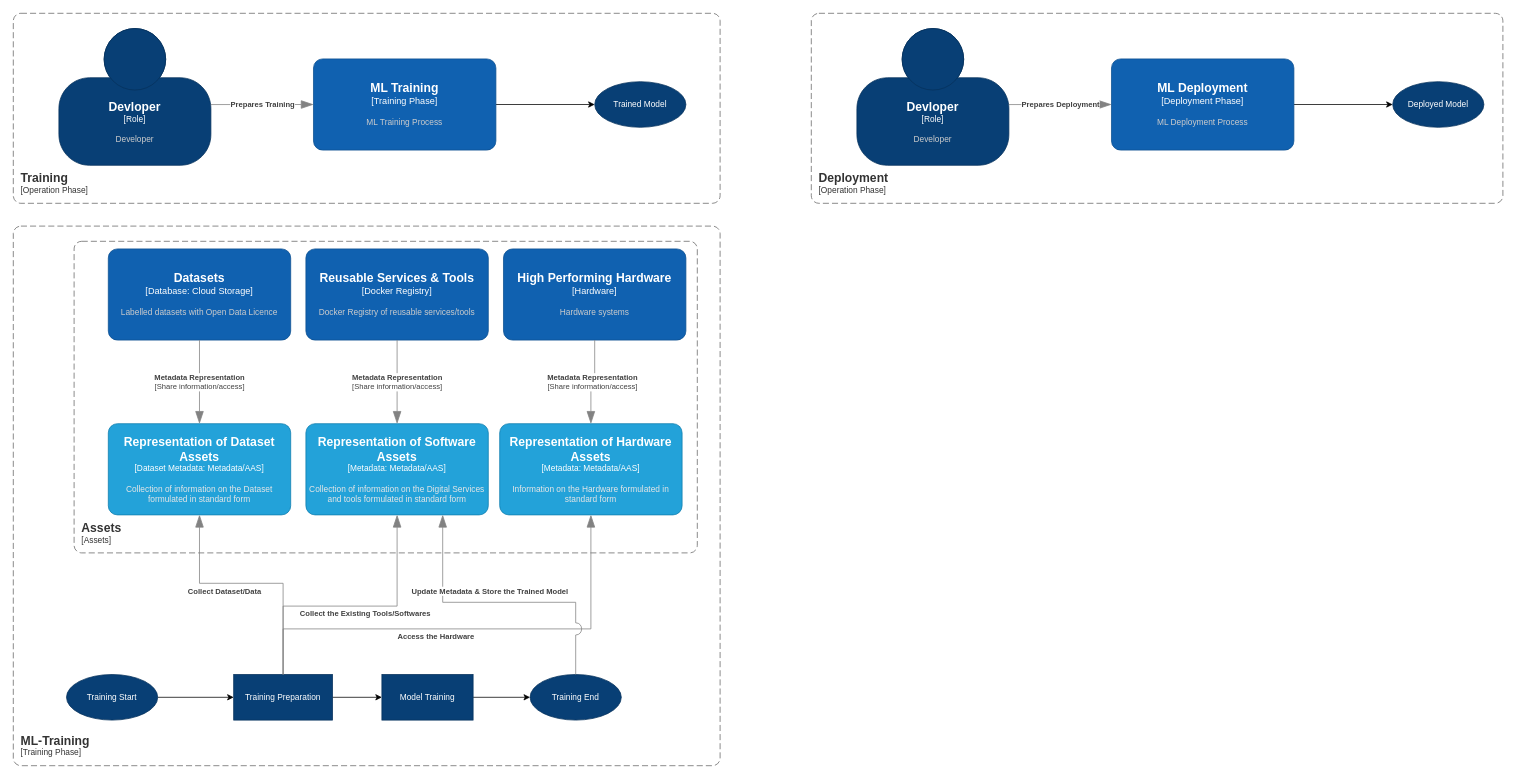
Before: ML Workflow.drawio in jbantony/drawio, a draw.io diagram. Source tidied: cells renumbered, new cells numbered last; positions are measured from the earlier drawing's top-left corner, leaving out a move shared by most shapes. Both pictures are drawn from the tidied source at 76%, with x=0, y=0 at pixel (13, 13).
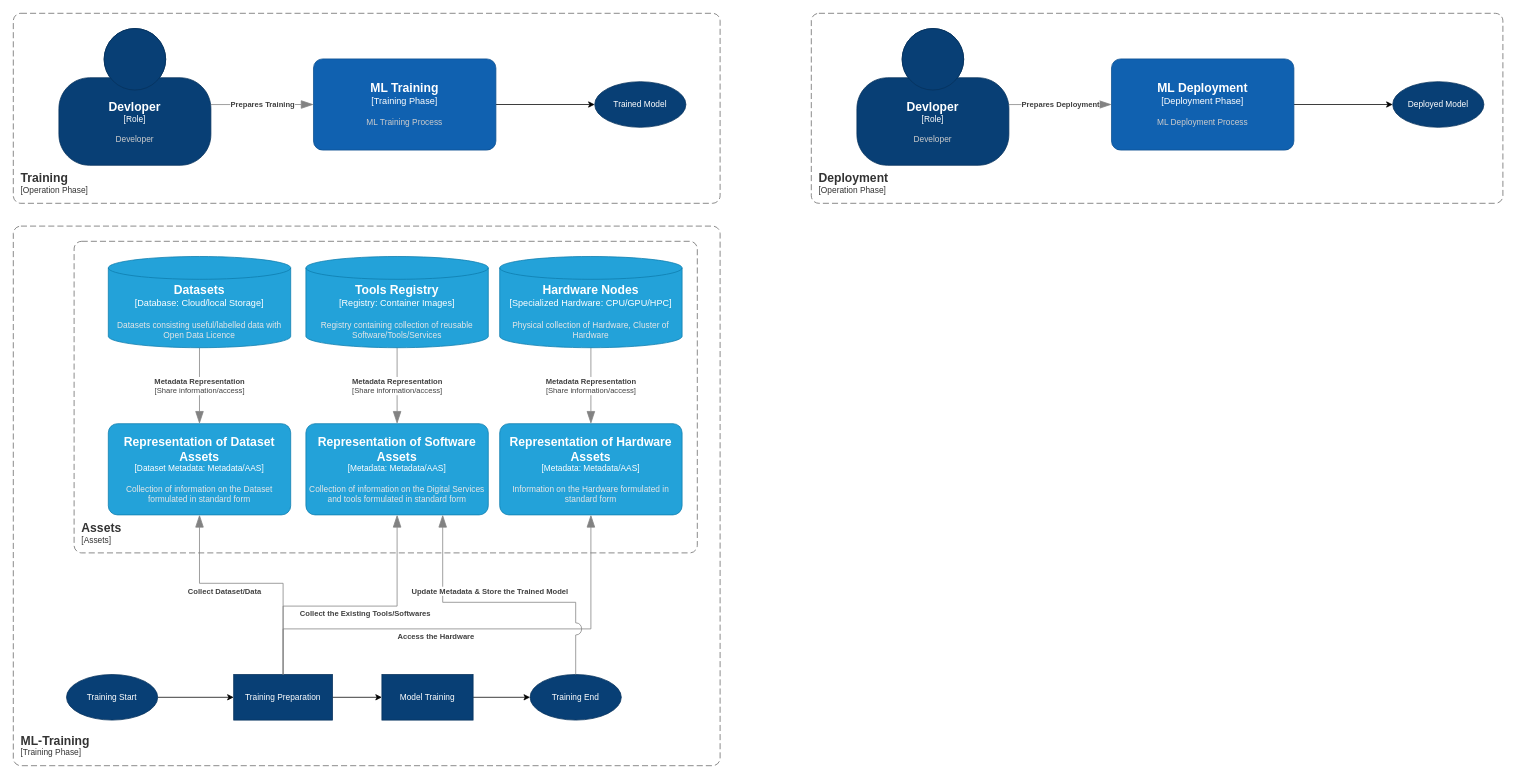
The same page after the edit.

Unchanged cells that the change refers to:
```xml
<object id="6" label="&lt;font style=&quot;font-size: 16px&quot;&gt;&lt;b&gt;%c4Name%&lt;/b&gt;&lt;/font&gt;&lt;div&gt;[%c4Type%: %c4Technology%]&lt;/div&gt;&lt;br&gt;&lt;div&gt;&lt;font style=&quot;font-size: 11px&quot;&gt;&lt;font color=&quot;#E6E6E6&quot;&gt;%c4Description%&lt;/font&gt;&lt;/div&gt;" c4Description="Collection of information on the Dataset formulated in standard form" c4Name="Representation of Dataset Assets" c4Technology="Metadata/AAS" c4Type="Dataset Metadata" placeholders="1">
  <mxCell style="rounded=1;whiteSpace=wrap;html=1;fontSize=11;labelBackgroundColor=none;fillColor=#23A2D9;fontColor=#ffffff;align=center;arcSize=10;strokeColor=#0E7DAD;points=[[0.25,0,0],[0.5,0,0],[0.75,0,0],[1,0.25,0],[1,0.5,0],[1,0.75,0],[0.75,1,0],[0.5,1,0],[0.25,1,0],[0,0.75,0],[0,0.5,0],[0,0.25,0]];" parent="1" vertex="1">
    <mxGeometry x="125" y="540" width="240" height="120" as="geometry" />
  </mxCell>
</object>
<object id="8" label="&lt;font style=&quot;font-size: 16px&quot;&gt;&lt;b&gt;%c4Name%&lt;/b&gt;&lt;/font&gt;&lt;div&gt;[%c4Type%: %c4Technology%]&lt;/div&gt;&lt;br&gt;&lt;div&gt;&lt;font style=&quot;font-size: 11px&quot;&gt;&lt;font color=&quot;#E6E6E6&quot;&gt;%c4Description%&lt;/font&gt;&lt;/div&gt;" c4Description="Collection of information on the Digital Services and tools formulated in standard form" c4Name="Representation of Software Assets" c4Technology="Metadata/AAS" c4Type="Metadata" placeholders="1">
  <mxCell style="rounded=1;whiteSpace=wrap;html=1;fontSize=11;labelBackgroundColor=none;fillColor=#23A2D9;fontColor=#ffffff;align=center;arcSize=10;strokeColor=#0E7DAD;points=[[0.25,0,0],[0.5,0,0],[0.75,0,0],[1,0.25,0],[1,0.5,0],[1,0.75,0],[0.75,1,0],[0.5,1,0],[0.25,1,0],[0,0.75,0],[0,0.5,0],[0,0.25,0]];" parent="1" vertex="1">
    <mxGeometry x="385" y="540" width="240" height="120" as="geometry" />
  </mxCell>
</object>
<object id="10" label="&lt;font style=&quot;font-size: 16px&quot;&gt;&lt;b&gt;%c4Name%&lt;/b&gt;&lt;/font&gt;&lt;div&gt;[%c4Type%: %c4Technology%]&lt;/div&gt;&lt;br&gt;&lt;div&gt;&lt;font style=&quot;font-size: 11px&quot;&gt;&lt;font color=&quot;#E6E6E6&quot;&gt;%c4Description%&lt;/font&gt;&lt;/div&gt;" c4Description="Information on the Hardware formulated in standard form" c4Name="Representation of Hardware Assets" c4Technology="Metadata/AAS" c4Type="Metadata" placeholders="1">
  <mxCell style="rounded=1;whiteSpace=wrap;html=1;fontSize=11;labelBackgroundColor=none;fillColor=#23A2D9;fontColor=#ffffff;align=center;arcSize=10;strokeColor=#0E7DAD;points=[[0.25,0,0],[0.5,0,0],[0.75,0,0],[1,0.25,0],[1,0.5,0],[1,0.75,0],[0.75,1,0],[0.5,1,0],[0.25,1,0],[0,0.75,0],[0,0.5,0],[0,0.25,0]];" parent="1" vertex="1">
    <mxGeometry x="640" y="540" width="240" height="120" as="geometry" />
  </mxCell>
</object>
```

Change to the diagram source:
```diff
@@
-    <object id="3" label="&lt;font style=&quot;font-size: 16px&quot;&gt;&lt;b&gt;%c4Name%&lt;/b&gt;&lt;/font&gt;&lt;div&gt;[%c4Type%]&lt;/div&gt;&lt;br&gt;&lt;div&gt;&lt;font style=&quot;font-size: 11px&quot;&gt;&lt;font color=&quot;#cccccc&quot;&gt;%c4Description%&lt;/font&gt;&lt;/div&gt;" c4Description="Labelled datasets with Open Data Licence" c4Name="Datasets" c4Type="Database: Cloud Storage" placeholders="1">
-      <mxCell style="rounded=1;whiteSpace=wrap;html=1;labelBackgroundColor=none;fillColor=#1061B0;fontColor=#ffffff;align=center;arcSize=10;strokeColor=#0D5091;points=[[0.25,0,0],[0.5,0,0],[0.75,0,0],[1,0.25,0],[1,0.5,0],[1,0.75,0],[0.75,1,0],[0.5,1,0],[0.25,1,0],[0,0.75,0],[0,0.5,0],[0,0.25,0]];" parent="1" vertex="1">
-        <mxGeometry x="125" y="310" width="240" height="120" as="geometry" />
-      </mxCell>
-    </object>
-    <object id="4" label="&lt;font style=&quot;font-size: 16px&quot;&gt;&lt;b&gt;%c4Name%&lt;/b&gt;&lt;/font&gt;&lt;div&gt;[%c4Type%]&lt;/div&gt;&lt;br&gt;&lt;div&gt;&lt;font style=&quot;font-size: 11px&quot;&gt;&lt;font color=&quot;#cccccc&quot;&gt;%c4Description%&lt;/font&gt;&lt;/div&gt;" c4Description="Docker Registry of reusable services/tools" c4Name="Reusable Services &amp; Tools" c4Type="Docker Registry" placeholders="1">
-      <mxCell style="rounded=1;whiteSpace=wrap;html=1;labelBackgroundColor=none;fillColor=#1061B0;fontColor=#ffffff;align=center;arcSize=10;strokeColor=#0D5091;points=[[0.25,0,0],[0.5,0,0],[0.75,0,0],[1,0.25,0],[1,0.5,0],[1,0.75,0],[0.75,1,0],[0.5,1,0],[0.25,1,0],[0,0.75,0],[0,0.5,0],[0,0.25,0]];" parent="1" vertex="1">
-        <mxGeometry x="385" y="310" width="240" height="120" as="geometry" />
-      </mxCell>
-    </object>
-    <object id="5" label="&lt;font style=&quot;font-size: 16px&quot;&gt;&lt;b&gt;%c4Name%&lt;/b&gt;&lt;/font&gt;&lt;div&gt;[%c4Type%]&lt;/div&gt;&lt;br&gt;&lt;div&gt;&lt;font style=&quot;font-size: 11px&quot;&gt;&lt;font color=&quot;#cccccc&quot;&gt;%c4Description%&lt;/font&gt;&lt;/div&gt;" c4Description="Hardware systems" c4Name="High Performing Hardware" c4Type="Hardware" placeholders="1">
-      <mxCell style="rounded=1;whiteSpace=wrap;html=1;labelBackgroundColor=none;fillColor=#1061B0;fontColor=#ffffff;align=center;arcSize=10;strokeColor=#0D5091;points=[[0.25,0,0],[0.5,0,0],[0.75,0,0],[1,0.25,0],[1,0.5,0],[1,0.75,0],[0.75,1,0],[0.5,1,0],[0.25,1,0],[0,0.75,0],[0,0.5,0],[0,0.25,0]];" parent="1" vertex="1">
-        <mxGeometry x="645" y="310" width="240" height="120" as="geometry" />
-      </mxCell>
-    </object>
@@
     <object id="7" label="&lt;div style=&quot;text-align: left&quot;&gt;&lt;div style=&quot;text-align: center&quot;&gt;&lt;b&gt;%c4Description%&lt;/b&gt;&lt;/div&gt;&lt;div style=&quot;text-align: center&quot;&gt;[%c4Technology%]&lt;/div&gt;&lt;/div&gt;" c4Description="Metadata Representation" c4Technology="Share information/access" placeholders="1">
-      <mxCell style="endArrow=blockThin;html=1;fontSize=10;fontColor=#404040;strokeWidth=1;endFill=1;strokeColor=#828282;elbow=vertical;endSize=14;startSize=14;jumpStyle=arc;jumpSize=16;rounded=0;edgeStyle=orthogonalEdgeStyle;exitX=0.5;exitY=1;exitDx=0;exitDy=0;exitPerimeter=0;entryX=0.5;entryY=0;entryDx=0;entryDy=0;entryPerimeter=0;" parent="1" edge="1" source="3" target="6">
+      <mxCell style="endArrow=blockThin;html=1;fontSize=10;fontColor=#404040;strokeWidth=1;endFill=1;strokeColor=#828282;elbow=vertical;endSize=14;startSize=14;jumpStyle=arc;jumpSize=16;rounded=0;edgeStyle=orthogonalEdgeStyle;exitX=0.5;exitY=1;exitDx=0;exitDy=0;exitPerimeter=0;entryX=0.5;entryY=0;entryDx=0;entryDy=0;entryPerimeter=0;" parent="1" edge="1" source="36" target="6">
         <mxGeometry relative="1" as="geometry" />
       </mxCell>
     </object>
@@
     <object id="9" label="&lt;div style=&quot;text-align: left&quot;&gt;&lt;div style=&quot;text-align: center&quot;&gt;&lt;b&gt;%c4Description%&lt;/b&gt;&lt;/div&gt;&lt;div style=&quot;text-align: center&quot;&gt;[%c4Technology%]&lt;/div&gt;&lt;/div&gt;" c4Description="Metadata Representation" c4Technology="Share information/access" placeholders="1">
-      <mxCell style="endArrow=blockThin;html=1;fontSize=10;fontColor=#404040;strokeWidth=1;endFill=1;strokeColor=#828282;elbow=vertical;endSize=14;startSize=14;jumpStyle=arc;jumpSize=16;rounded=0;edgeStyle=orthogonalEdgeStyle;exitX=0.5;exitY=1;exitDx=0;exitDy=0;exitPerimeter=0;entryX=0.5;entryY=0;entryDx=0;entryDy=0;entryPerimeter=0;" parent="1" edge="1" source="4" target="8">
+      <mxCell style="endArrow=blockThin;html=1;fontSize=10;fontColor=#404040;strokeWidth=1;endFill=1;strokeColor=#828282;elbow=vertical;endSize=14;startSize=14;jumpStyle=arc;jumpSize=16;rounded=0;edgeStyle=orthogonalEdgeStyle;exitX=0.5;exitY=1;exitDx=0;exitDy=0;exitPerimeter=0;entryX=0.5;entryY=0;entryDx=0;entryDy=0;entryPerimeter=0;" parent="1" edge="1" source="37" target="8">
         <mxGeometry relative="1" as="geometry" />
       </mxCell>
     </object>
@@
     <object id="11" label="&lt;div style=&quot;text-align: left&quot;&gt;&lt;div style=&quot;text-align: center&quot;&gt;&lt;b&gt;%c4Description%&lt;/b&gt;&lt;/div&gt;&lt;div style=&quot;text-align: center&quot;&gt;[%c4Technology%]&lt;/div&gt;&lt;/div&gt;" c4Description="Metadata Representation" c4Technology="Share information/access" placeholders="1">
-      <mxCell style="endArrow=blockThin;html=1;fontSize=10;fontColor=#404040;strokeWidth=1;endFill=1;strokeColor=#828282;elbow=vertical;endSize=14;startSize=14;jumpStyle=arc;jumpSize=16;rounded=0;edgeStyle=orthogonalEdgeStyle;entryX=0.5;entryY=0;entryDx=0;entryDy=0;entryPerimeter=0;exitX=0.5;exitY=1;exitDx=0;exitDy=0;exitPerimeter=0;" parent="1" edge="1" source="5" target="10">
+      <mxCell style="endArrow=blockThin;html=1;fontSize=10;fontColor=#404040;strokeWidth=1;endFill=1;strokeColor=#828282;elbow=vertical;endSize=14;startSize=14;jumpStyle=arc;jumpSize=16;rounded=0;edgeStyle=orthogonalEdgeStyle;entryX=0.5;entryY=0;entryDx=0;entryDy=0;entryPerimeter=0;exitX=0.5;exitY=1;exitDx=0;exitDy=0;exitPerimeter=0;" parent="1" edge="1" source="38" target="10">
         <mxGeometry relative="1" as="geometry" />
       </mxCell>
     </object>
@@
+    <object id="36" label="&lt;font style=&quot;font-size: 16px&quot;&gt;&lt;b&gt;%c4Type%&lt;/b&gt;&lt;/font&gt;&lt;div&gt;[%c4Container%:&amp;nbsp;%c4Technology%]&lt;/div&gt;&lt;br&gt;&lt;div&gt;&lt;font style=&quot;font-size: 11px&quot;&gt;&lt;font color=&quot;#E6E6E6&quot;&gt;%c4Description%&lt;/font&gt;&lt;/div&gt;" c4Container="Database" c4Description="Datasets consisting useful/labelled data with Open Data Licence " c4Technology="Cloud/local Storage" c4Type="Datasets" placeholders="1">
+      <mxCell style="shape=cylinder3;size=15;whiteSpace=wrap;html=1;boundedLbl=1;rounded=0;labelBackgroundColor=none;fillColor=#23A2D9;fontSize=12;fontColor=#ffffff;align=center;strokeColor=#0E7DAD;points=[[0.5,0,0],[1,0.25,0],[1,0.5,0],[1,0.75,0],[0.5,1,0],[0,0.75,0],[0,0.5,0],[0,0.25,0]];" parent="1" vertex="1">
+        <mxGeometry x="125" y="320" width="240" height="120" as="geometry" />
+      </mxCell>
+    </object>
+    <object id="37" label="&lt;font style=&quot;font-size: 16px&quot;&gt;&lt;b&gt;%c4Type%&lt;/b&gt;&lt;/font&gt;&lt;div&gt;[%c4Container%:&amp;nbsp;%c4Technology%]&lt;/div&gt;&lt;br&gt;&lt;div&gt;&lt;font style=&quot;font-size: 11px&quot;&gt;&lt;font color=&quot;#E6E6E6&quot;&gt;%c4Description%&lt;/font&gt;&lt;/div&gt;" c4Container="Registry" c4Description="Registry containing collection of reusable Software/Tools/Services" c4Technology="Container Images" c4Type="Tools Registry" placeholders="1">
+      <mxCell style="shape=cylinder3;size=15;whiteSpace=wrap;html=1;boundedLbl=1;rounded=0;labelBackgroundColor=none;fillColor=#23A2D9;fontSize=12;fontColor=#ffffff;align=center;strokeColor=#0E7DAD;points=[[0.5,0,0],[1,0.25,0],[1,0.5,0],[1,0.75,0],[0.5,1,0],[0,0.75,0],[0,0.5,0],[0,0.25,0]];" parent="1" vertex="1">
+        <mxGeometry x="385" y="320" width="240" height="120" as="geometry" />
+      </mxCell>
+    </object>
+    <object id="38" label="&lt;font style=&quot;font-size: 16px&quot;&gt;&lt;b&gt;%c4Type%&lt;/b&gt;&lt;/font&gt;&lt;div&gt;[%c4Container%:&amp;nbsp;%c4Technology%]&lt;/div&gt;&lt;br&gt;&lt;div&gt;&lt;font style=&quot;font-size: 11px&quot;&gt;&lt;font color=&quot;#E6E6E6&quot;&gt;%c4Description%&lt;/font&gt;&lt;/div&gt;" c4Container="Specialized Hardware" c4Description="Physical collection of Hardware, Cluster of Hardware" c4Technology="CPU/GPU/HPC" c4Type="Hardware Nodes" placeholders="1">
+      <mxCell style="shape=cylinder3;size=15;whiteSpace=wrap;html=1;boundedLbl=1;rounded=0;labelBackgroundColor=none;fillColor=#23A2D9;fontSize=12;fontColor=#ffffff;align=center;strokeColor=#0E7DAD;points=[[0.5,0,0],[1,0.25,0],[1,0.5,0],[1,0.75,0],[0.5,1,0],[0,0.75,0],[0,0.5,0],[0,0.25,0]];" parent="1" vertex="1">
+        <mxGeometry x="640" y="320" width="240" height="120" as="geometry" />
+      </mxCell>
+    </object>
```
